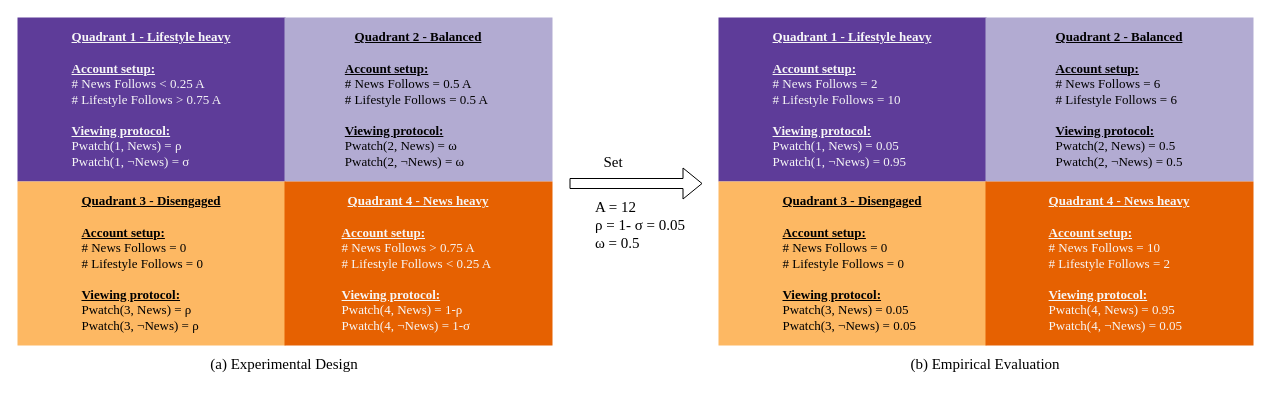
Earlier version of the draw.io diagram square_quads.drawio (changgge/changgge). Source tidied: cells renumbered, new cells numbered last; positions are measured from the earlier drawing's top-left corner, leaving out a move shared by most shapes. Both pictures are drawn from the tidied source at 100%, with x=0, y=0 at pixel (17, 17).
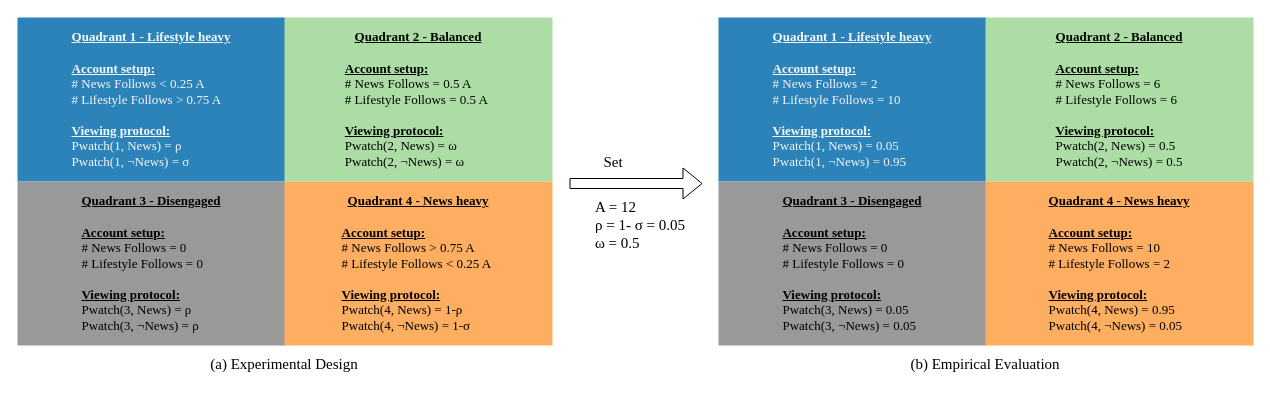
The same diagram, later.

Change to the diagram source:
```diff
@@
 <mxGraphModel>
   <root>
     <mxCell id="0" />
     <mxCell id="1" parent="0" />
-    <mxCell id="2" value="&lt;u&gt;&lt;b&gt;Quadrant 1 - Lifestyle heavy&lt;/b&gt;&lt;/u&gt;&lt;div&gt;&lt;u&gt;&lt;br&gt;&lt;/u&gt;&lt;/div&gt;&lt;div&gt;&lt;div style=&quot;text-align: left;&quot;&gt;&lt;u&gt;&lt;b&gt;Account setup:&lt;/b&gt;&lt;/u&gt;&lt;/div&gt;&lt;div style=&quot;text-align: left;&quot;&gt;# News Follows &amp;lt; 0.25 A&lt;/div&gt;&lt;div&gt;&lt;div style=&quot;text-align: left;&quot;&gt;# Lifestyle Follows &amp;gt; 0.75 A&lt;/div&gt;&lt;div style=&quot;text-align: left;&quot;&gt;&lt;br&gt;&lt;/div&gt;&lt;div style=&quot;text-align: left;&quot;&gt;&lt;u&gt;&lt;b&gt;Viewing protocol:&lt;/b&gt;&lt;/u&gt;&lt;/div&gt;&lt;div style=&quot;text-align: left;&quot;&gt;Pwatch(1, News) =&amp;nbsp;ρ&lt;br&gt;&lt;/div&gt;&lt;/div&gt;&lt;div style=&quot;text-align: left;&quot;&gt;Pwatch(1,&amp;nbsp;&lt;span&gt;¬&lt;/span&gt;News) =&amp;nbsp;&lt;span&gt;σ&lt;/span&gt;&lt;/div&gt;&lt;/div&gt;" style="rounded=0;whiteSpace=wrap;html=1;fillColor=#5E3C99;strokeColor=none;fontColor=#F7F7F7;fontFamily=Times New Roman;fontSize=13;" parent="1" vertex="1">
+    <mxCell id="2" value="&lt;u&gt;&lt;b&gt;Quadrant 1 - Lifestyle heavy&lt;/b&gt;&lt;/u&gt;&lt;div&gt;&lt;u&gt;&lt;br&gt;&lt;/u&gt;&lt;/div&gt;&lt;div&gt;&lt;div style=&quot;text-align: left;&quot;&gt;&lt;u&gt;&lt;b&gt;Account setup:&lt;/b&gt;&lt;/u&gt;&lt;/div&gt;&lt;div style=&quot;text-align: left;&quot;&gt;# News Follows &amp;lt; 0.25 A&lt;/div&gt;&lt;div&gt;&lt;div style=&quot;text-align: left;&quot;&gt;# Lifestyle Follows &amp;gt; 0.75 A&lt;/div&gt;&lt;div style=&quot;text-align: left;&quot;&gt;&lt;br&gt;&lt;/div&gt;&lt;div style=&quot;text-align: left;&quot;&gt;&lt;u&gt;&lt;b&gt;Viewing protocol:&lt;/b&gt;&lt;/u&gt;&lt;/div&gt;&lt;div style=&quot;text-align: left;&quot;&gt;Pwatch(1, News) =&amp;nbsp;ρ&lt;br&gt;&lt;/div&gt;&lt;/div&gt;&lt;div style=&quot;text-align: left;&quot;&gt;Pwatch(1,&amp;nbsp;&lt;span&gt;¬&lt;/span&gt;News) =&amp;nbsp;&lt;span&gt;σ&lt;/span&gt;&lt;/div&gt;&lt;/div&gt;" style="rounded=0;whiteSpace=wrap;html=1;fillColor=#2B83BA;strokeColor=none;fontColor=#F7F7F7;fontFamily=Times New Roman;fontSize=13;" parent="1" vertex="1">
       <mxGeometry width="268" height="164" as="geometry" />
     </mxCell>
-    <mxCell id="3" value="&lt;u style=&quot;caret-color: rgb(247, 247, 247);&quot;&gt;&lt;b&gt;Quadrant 2 - Balanced&lt;/b&gt;&lt;/u&gt;&lt;div style=&quot;caret-color: rgb(247, 247, 247);&quot;&gt;&lt;u&gt;&lt;br&gt;&lt;/u&gt;&lt;/div&gt;&lt;div style=&quot;caret-color: rgb(247, 247, 247);&quot;&gt;&lt;div style=&quot;text-align: left;&quot;&gt;&lt;u&gt;&lt;b&gt;Account setup:&lt;/b&gt;&lt;/u&gt;&lt;/div&gt;&lt;div style=&quot;text-align: left;&quot;&gt;&lt;span&gt;# News Follows = 0.5 A&lt;/span&gt;&lt;/div&gt;&lt;div&gt;&lt;div style=&quot;text-align: left;&quot;&gt;&lt;span&gt;# Lifestyle Follows = 0.5 A&amp;nbsp;&lt;/span&gt;&lt;/div&gt;&lt;div style=&quot;text-align: left;&quot;&gt;&lt;span&gt;&lt;br&gt;&lt;/span&gt;&lt;/div&gt;&lt;div style=&quot;text-align: left;&quot;&gt;&lt;u&gt;&lt;b&gt;Viewing protocol:&lt;/b&gt;&lt;/u&gt;&lt;/div&gt;&lt;div style=&quot;text-align: left;&quot;&gt;Pwatch(2, News) =&amp;nbsp;ω&lt;br&gt;&lt;/div&gt;&lt;/div&gt;&lt;div style=&quot;text-align: left;&quot;&gt;&lt;span&gt;Pwatch(2,&amp;nbsp;¬News) =&amp;nbsp;&lt;/span&gt;ω&lt;/div&gt;&lt;/div&gt;" style="rounded=0;whiteSpace=wrap;html=1;fillColor=#B2ABD2;strokeColor=none;fontColor=#000000;fontFamily=Times New Roman;fontSize=13;" parent="1" vertex="1">
+    <mxCell id="3" value="&lt;u style=&quot;caret-color: rgb(247, 247, 247);&quot;&gt;&lt;b&gt;Quadrant 2 - Balanced&lt;/b&gt;&lt;/u&gt;&lt;div style=&quot;caret-color: rgb(247, 247, 247);&quot;&gt;&lt;u&gt;&lt;br&gt;&lt;/u&gt;&lt;/div&gt;&lt;div style=&quot;caret-color: rgb(247, 247, 247);&quot;&gt;&lt;div style=&quot;text-align: left;&quot;&gt;&lt;u&gt;&lt;b&gt;Account setup:&lt;/b&gt;&lt;/u&gt;&lt;/div&gt;&lt;div style=&quot;text-align: left;&quot;&gt;&lt;span&gt;# News Follows = 0.5 A&lt;/span&gt;&lt;/div&gt;&lt;div&gt;&lt;div style=&quot;text-align: left;&quot;&gt;&lt;span&gt;# Lifestyle Follows = 0.5 A&amp;nbsp;&lt;/span&gt;&lt;/div&gt;&lt;div style=&quot;text-align: left;&quot;&gt;&lt;span&gt;&lt;br&gt;&lt;/span&gt;&lt;/div&gt;&lt;div style=&quot;text-align: left;&quot;&gt;&lt;u&gt;&lt;b&gt;Viewing protocol:&lt;/b&gt;&lt;/u&gt;&lt;/div&gt;&lt;div style=&quot;text-align: left;&quot;&gt;Pwatch(2, News) =&amp;nbsp;ω&lt;br&gt;&lt;/div&gt;&lt;/div&gt;&lt;div style=&quot;text-align: left;&quot;&gt;&lt;span&gt;Pwatch(2,&amp;nbsp;¬News) =&amp;nbsp;&lt;/span&gt;ω&lt;/div&gt;&lt;/div&gt;" style="rounded=0;whiteSpace=wrap;html=1;fillColor=#ABDDA4;strokeColor=none;fontColor=#000000;fontFamily=Times New Roman;fontSize=13;" parent="1" vertex="1">
       <mxGeometry x="267" width="268" height="164" as="geometry" />
     </mxCell>
-    <mxCell id="4" value="&lt;u style=&quot;caret-color: rgb(247, 247, 247);&quot;&gt;&lt;b&gt;Quadrant 3 - Disengaged&lt;/b&gt;&lt;/u&gt;&lt;div style=&quot;caret-color: rgb(247, 247, 247);&quot;&gt;&lt;u&gt;&lt;br&gt;&lt;/u&gt;&lt;/div&gt;&lt;div style=&quot;caret-color: rgb(247, 247, 247);&quot;&gt;&lt;div style=&quot;text-align: left;&quot;&gt;&lt;u&gt;&lt;b&gt;Account setup:&lt;/b&gt;&lt;/u&gt;&lt;/div&gt;&lt;div style=&quot;text-align: left;&quot;&gt;# News Follows = 0&lt;/div&gt;&lt;div&gt;&lt;div style=&quot;text-align: left;&quot;&gt;# Lifestyle Follows = 0&lt;/div&gt;&lt;div style=&quot;text-align: left;&quot;&gt;&lt;br&gt;&lt;/div&gt;&lt;div style=&quot;text-align: left;&quot;&gt;&lt;u&gt;&lt;b&gt;Viewing protocol:&lt;/b&gt;&lt;/u&gt;&lt;/div&gt;&lt;div style=&quot;text-align: left;&quot;&gt;Pwatch(3, News) =&amp;nbsp;ρ&lt;br&gt;&lt;/div&gt;&lt;/div&gt;&lt;div style=&quot;text-align: left;&quot;&gt;Pwatch(3,&amp;nbsp;¬News) = ρ&lt;/div&gt;&lt;/div&gt;" style="rounded=0;whiteSpace=wrap;html=1;fillColor=#FDB863;strokeColor=none;fontColor=#000000;fontFamily=Times New Roman;fontSize=13;" parent="1" vertex="1">
+    <mxCell id="4" value="&lt;u style=&quot;caret-color: rgb(247, 247, 247);&quot;&gt;&lt;b&gt;Quadrant 3 - Disengaged&lt;/b&gt;&lt;/u&gt;&lt;div style=&quot;caret-color: rgb(247, 247, 247);&quot;&gt;&lt;u&gt;&lt;br&gt;&lt;/u&gt;&lt;/div&gt;&lt;div style=&quot;caret-color: rgb(247, 247, 247);&quot;&gt;&lt;div style=&quot;text-align: left;&quot;&gt;&lt;u&gt;&lt;b&gt;Account setup:&lt;/b&gt;&lt;/u&gt;&lt;/div&gt;&lt;div style=&quot;text-align: left;&quot;&gt;# News Follows = 0&lt;/div&gt;&lt;div&gt;&lt;div style=&quot;text-align: left;&quot;&gt;# Lifestyle Follows = 0&lt;/div&gt;&lt;div style=&quot;text-align: left;&quot;&gt;&lt;br&gt;&lt;/div&gt;&lt;div style=&quot;text-align: left;&quot;&gt;&lt;u&gt;&lt;b&gt;Viewing protocol:&lt;/b&gt;&lt;/u&gt;&lt;/div&gt;&lt;div style=&quot;text-align: left;&quot;&gt;Pwatch(3, News) =&amp;nbsp;ρ&lt;br&gt;&lt;/div&gt;&lt;/div&gt;&lt;div style=&quot;text-align: left;&quot;&gt;Pwatch(3,&amp;nbsp;¬News) = ρ&lt;/div&gt;&lt;/div&gt;" style="rounded=0;whiteSpace=wrap;html=1;fillColor=#999999;strokeColor=none;fontColor=#000000;fontFamily=Times New Roman;fontSize=13;" parent="1" vertex="1">
       <mxGeometry y="164" width="268" height="164" as="geometry" />
     </mxCell>
-    <mxCell id="5" value="&lt;u&gt;&lt;b&gt;Quadrant 4 - News heavy&lt;/b&gt;&lt;/u&gt;&lt;div&gt;&lt;u&gt;&lt;br&gt;&lt;/u&gt;&lt;/div&gt;&lt;div&gt;&lt;div style=&quot;text-align: left;&quot;&gt;&lt;u&gt;&lt;b&gt;Account setup:&lt;/b&gt;&lt;/u&gt;&lt;/div&gt;&lt;div style=&quot;text-align: left;&quot;&gt;# News Follows &amp;gt; 0.75 A&lt;/div&gt;&lt;div&gt;&lt;div style=&quot;text-align: left;&quot;&gt;# Lifestyle Follows &amp;lt; 0.25 A&amp;nbsp;&lt;/div&gt;&lt;div style=&quot;text-align: left;&quot;&gt;&lt;br&gt;&lt;/div&gt;&lt;div style=&quot;text-align: left;&quot;&gt;&lt;u&gt;&lt;b&gt;Viewing protocol:&lt;/b&gt;&lt;/u&gt;&lt;/div&gt;&lt;div style=&quot;text-align: left;&quot;&gt;Pwatch(4, News) = 1-ρ&lt;br&gt;&lt;/div&gt;&lt;/div&gt;&lt;div style=&quot;text-align: left;&quot;&gt;Pwatch(4,&amp;nbsp;¬News) = 1-σ&lt;/div&gt;&lt;/div&gt;" style="rounded=0;whiteSpace=wrap;html=1;fillColor=#E66101;strokeColor=none;fontColor=#F7F7F7;fontFamily=Times New Roman;fontSize=13;" parent="1" vertex="1">
+    <mxCell id="5" value="&lt;u&gt;&lt;b&gt;Quadrant 4 - News heavy&lt;/b&gt;&lt;/u&gt;&lt;div&gt;&lt;u&gt;&lt;br&gt;&lt;/u&gt;&lt;/div&gt;&lt;div&gt;&lt;div style=&quot;text-align: left;&quot;&gt;&lt;u&gt;&lt;b&gt;Account setup:&lt;/b&gt;&lt;/u&gt;&lt;/div&gt;&lt;div style=&quot;text-align: left;&quot;&gt;# News Follows &amp;gt; 0.75 A&lt;/div&gt;&lt;div&gt;&lt;div style=&quot;text-align: left;&quot;&gt;# Lifestyle Follows &amp;lt; 0.25 A&amp;nbsp;&lt;/div&gt;&lt;div style=&quot;text-align: left;&quot;&gt;&lt;br&gt;&lt;/div&gt;&lt;div style=&quot;text-align: left;&quot;&gt;&lt;u&gt;&lt;b&gt;Viewing protocol:&lt;/b&gt;&lt;/u&gt;&lt;/div&gt;&lt;div style=&quot;text-align: left;&quot;&gt;Pwatch(4, News) = 1-ρ&lt;br&gt;&lt;/div&gt;&lt;/div&gt;&lt;div style=&quot;text-align: left;&quot;&gt;Pwatch(4,&amp;nbsp;¬News) = 1-σ&lt;/div&gt;&lt;/div&gt;" style="rounded=0;whiteSpace=wrap;html=1;fillColor=#FDAE61;strokeColor=none;fontColor=#000000;fontFamily=Times New Roman;fontSize=13;" parent="1" vertex="1">
       <mxGeometry x="267" y="164" width="268" height="164" as="geometry" />
     </mxCell>
     <mxCell id="6" value="(a) Experimental Design" style="text;html=1;align=center;verticalAlign=middle;whiteSpace=wrap;rounded=0;fontFamily=Times New Roman;fontSize=15;" parent="1" vertex="1">
       <mxGeometry x="172" y="331" width="190" height="30" as="geometry" />
     </mxCell>
-    <mxCell id="7" value="&lt;u&gt;&lt;b&gt;Quadrant 1 - Lifestyle heavy&lt;/b&gt;&lt;/u&gt;&lt;div&gt;&lt;u&gt;&lt;br&gt;&lt;/u&gt;&lt;/div&gt;&lt;div&gt;&lt;div style=&quot;text-align: left;&quot;&gt;&lt;u&gt;&lt;b&gt;Account setup:&lt;/b&gt;&lt;/u&gt;&lt;/div&gt;&lt;div style=&quot;text-align: left;&quot;&gt;# News Follows = 2&lt;/div&gt;&lt;div&gt;&lt;div style=&quot;text-align: left;&quot;&gt;# Lifestyle Follows = 10&lt;/div&gt;&lt;div style=&quot;text-align: left;&quot;&gt;&lt;br&gt;&lt;/div&gt;&lt;div style=&quot;text-align: left;&quot;&gt;&lt;u&gt;&lt;b&gt;Viewing protocol:&lt;/b&gt;&lt;/u&gt;&lt;/div&gt;&lt;div style=&quot;text-align: left;&quot;&gt;Pwatch(1, News) = 0.05&lt;br&gt;&lt;/div&gt;&lt;/div&gt;&lt;div style=&quot;text-align: left;&quot;&gt;Pwatch(1,&amp;nbsp;&lt;span&gt;¬&lt;/span&gt;News) = 0.95&lt;/div&gt;&lt;/div&gt;" style="rounded=0;whiteSpace=wrap;html=1;fillColor=#5E3C99;strokeColor=none;fontColor=#F7F7F7;fontFamily=Times New Roman;fontSize=13;" parent="1" vertex="1">
+    <mxCell id="7" value="&lt;u&gt;&lt;b&gt;Quadrant 1 - Lifestyle heavy&lt;/b&gt;&lt;/u&gt;&lt;div&gt;&lt;u&gt;&lt;br&gt;&lt;/u&gt;&lt;/div&gt;&lt;div&gt;&lt;div style=&quot;text-align: left;&quot;&gt;&lt;u&gt;&lt;b&gt;Account setup:&lt;/b&gt;&lt;/u&gt;&lt;/div&gt;&lt;div style=&quot;text-align: left;&quot;&gt;# News Follows = 2&lt;/div&gt;&lt;div&gt;&lt;div style=&quot;text-align: left;&quot;&gt;# Lifestyle Follows = 10&lt;/div&gt;&lt;div style=&quot;text-align: left;&quot;&gt;&lt;br&gt;&lt;/div&gt;&lt;div style=&quot;text-align: left;&quot;&gt;&lt;u&gt;&lt;b&gt;Viewing protocol:&lt;/b&gt;&lt;/u&gt;&lt;/div&gt;&lt;div style=&quot;text-align: left;&quot;&gt;Pwatch(1, News) = 0.05&lt;br&gt;&lt;/div&gt;&lt;/div&gt;&lt;div style=&quot;text-align: left;&quot;&gt;Pwatch(1,&amp;nbsp;&lt;span&gt;¬&lt;/span&gt;News) = 0.95&lt;/div&gt;&lt;/div&gt;" style="rounded=0;whiteSpace=wrap;html=1;fillColor=#2B83BA;strokeColor=none;fontColor=#F7F7F7;fontFamily=Times New Roman;fontSize=13;" parent="1" vertex="1">
       <mxGeometry x="701" width="268" height="164" as="geometry" />
     </mxCell>
-    <mxCell id="8" value="&lt;u style=&quot;caret-color: rgb(247, 247, 247);&quot;&gt;&lt;b&gt;Quadrant 2 - Balanced&lt;/b&gt;&lt;/u&gt;&lt;div style=&quot;caret-color: rgb(247, 247, 247);&quot;&gt;&lt;u&gt;&lt;br&gt;&lt;/u&gt;&lt;/div&gt;&lt;div style=&quot;caret-color: rgb(247, 247, 247);&quot;&gt;&lt;div style=&quot;text-align: left;&quot;&gt;&lt;u&gt;&lt;b&gt;Account setup:&lt;/b&gt;&lt;/u&gt;&lt;/div&gt;&lt;div style=&quot;text-align: left;&quot;&gt;&lt;span&gt;# News Follows = 6&lt;/span&gt;&lt;/div&gt;&lt;div&gt;&lt;div style=&quot;text-align: left;&quot;&gt;&lt;span&gt;# Lifestyle Follows = 6&amp;nbsp;&lt;/span&gt;&lt;/div&gt;&lt;div style=&quot;text-align: left;&quot;&gt;&lt;span&gt;&lt;br&gt;&lt;/span&gt;&lt;/div&gt;&lt;div style=&quot;text-align: left;&quot;&gt;&lt;u&gt;&lt;b&gt;Viewing protocol:&lt;/b&gt;&lt;/u&gt;&lt;/div&gt;&lt;div style=&quot;text-align: left;&quot;&gt;Pwatch(2, News) =&amp;nbsp;0.5&lt;br&gt;&lt;/div&gt;&lt;/div&gt;&lt;div style=&quot;text-align: left;&quot;&gt;&lt;span&gt;Pwatch(2,&amp;nbsp;¬News) = 0.5&lt;/span&gt;&lt;/div&gt;&lt;/div&gt;" style="rounded=0;whiteSpace=wrap;html=1;fillColor=#B2ABD2;strokeColor=none;fontColor=#000000;fontFamily=Times New Roman;fontSize=13;" parent="1" vertex="1">
+    <mxCell id="8" value="&lt;u style=&quot;caret-color: rgb(247, 247, 247);&quot;&gt;&lt;b&gt;Quadrant 2 - Balanced&lt;/b&gt;&lt;/u&gt;&lt;div style=&quot;caret-color: rgb(247, 247, 247);&quot;&gt;&lt;u&gt;&lt;br&gt;&lt;/u&gt;&lt;/div&gt;&lt;div style=&quot;caret-color: rgb(247, 247, 247);&quot;&gt;&lt;div style=&quot;text-align: left;&quot;&gt;&lt;u&gt;&lt;b&gt;Account setup:&lt;/b&gt;&lt;/u&gt;&lt;/div&gt;&lt;div style=&quot;text-align: left;&quot;&gt;&lt;span&gt;# News Follows = 6&lt;/span&gt;&lt;/div&gt;&lt;div&gt;&lt;div style=&quot;text-align: left;&quot;&gt;&lt;span&gt;# Lifestyle Follows = 6&amp;nbsp;&lt;/span&gt;&lt;/div&gt;&lt;div style=&quot;text-align: left;&quot;&gt;&lt;span&gt;&lt;br&gt;&lt;/span&gt;&lt;/div&gt;&lt;div style=&quot;text-align: left;&quot;&gt;&lt;u&gt;&lt;b&gt;Viewing protocol:&lt;/b&gt;&lt;/u&gt;&lt;/div&gt;&lt;div style=&quot;text-align: left;&quot;&gt;Pwatch(2, News) =&amp;nbsp;0.5&lt;br&gt;&lt;/div&gt;&lt;/div&gt;&lt;div style=&quot;text-align: left;&quot;&gt;&lt;span&gt;Pwatch(2,&amp;nbsp;¬News) = 0.5&lt;/span&gt;&lt;/div&gt;&lt;/div&gt;" style="rounded=0;whiteSpace=wrap;html=1;fillColor=#ABDDA4;strokeColor=none;fontColor=#000000;fontFamily=Times New Roman;fontSize=13;" parent="1" vertex="1">
       <mxGeometry x="968" width="268" height="164" as="geometry" />
     </mxCell>
-    <mxCell id="9" value="&lt;u style=&quot;caret-color: rgb(247, 247, 247);&quot;&gt;&lt;b&gt;Quadrant 3 - Disengaged&lt;/b&gt;&lt;/u&gt;&lt;div style=&quot;caret-color: rgb(247, 247, 247);&quot;&gt;&lt;u&gt;&lt;br&gt;&lt;/u&gt;&lt;/div&gt;&lt;div style=&quot;caret-color: rgb(247, 247, 247);&quot;&gt;&lt;div style=&quot;text-align: left;&quot;&gt;&lt;u&gt;&lt;b&gt;Account setup:&lt;/b&gt;&lt;/u&gt;&lt;/div&gt;&lt;div style=&quot;text-align: left;&quot;&gt;# News Follows = 0&lt;/div&gt;&lt;div&gt;&lt;div style=&quot;text-align: left;&quot;&gt;# Lifestyle Follows = 0&lt;/div&gt;&lt;div style=&quot;text-align: left;&quot;&gt;&lt;br&gt;&lt;/div&gt;&lt;div style=&quot;text-align: left;&quot;&gt;&lt;u&gt;&lt;b&gt;Viewing protocol:&lt;/b&gt;&lt;/u&gt;&lt;/div&gt;&lt;div style=&quot;text-align: left;&quot;&gt;Pwatch(3, News) = 0.05&lt;br&gt;&lt;/div&gt;&lt;/div&gt;&lt;div style=&quot;text-align: left;&quot;&gt;Pwatch(3,&amp;nbsp;¬News) = 0.05&lt;/div&gt;&lt;/div&gt;" style="rounded=0;whiteSpace=wrap;html=1;fillColor=#FDB863;strokeColor=none;fontColor=#000000;fontFamily=Times New Roman;fontSize=13;" parent="1" vertex="1">
+    <mxCell id="9" value="&lt;u style=&quot;caret-color: rgb(247, 247, 247);&quot;&gt;&lt;b&gt;Quadrant 3 - Disengaged&lt;/b&gt;&lt;/u&gt;&lt;div style=&quot;caret-color: rgb(247, 247, 247);&quot;&gt;&lt;u&gt;&lt;br&gt;&lt;/u&gt;&lt;/div&gt;&lt;div style=&quot;caret-color: rgb(247, 247, 247);&quot;&gt;&lt;div style=&quot;text-align: left;&quot;&gt;&lt;u&gt;&lt;b&gt;Account setup:&lt;/b&gt;&lt;/u&gt;&lt;/div&gt;&lt;div style=&quot;text-align: left;&quot;&gt;# News Follows = 0&lt;/div&gt;&lt;div&gt;&lt;div style=&quot;text-align: left;&quot;&gt;# Lifestyle Follows = 0&lt;/div&gt;&lt;div style=&quot;text-align: left;&quot;&gt;&lt;br&gt;&lt;/div&gt;&lt;div style=&quot;text-align: left;&quot;&gt;&lt;u&gt;&lt;b&gt;Viewing protocol:&lt;/b&gt;&lt;/u&gt;&lt;/div&gt;&lt;div style=&quot;text-align: left;&quot;&gt;Pwatch(3, News) = 0.05&lt;br&gt;&lt;/div&gt;&lt;/div&gt;&lt;div style=&quot;text-align: left;&quot;&gt;Pwatch(3,&amp;nbsp;¬News) = 0.05&lt;/div&gt;&lt;/div&gt;" style="rounded=0;whiteSpace=wrap;html=1;fillColor=#999999;strokeColor=none;fontColor=#000000;fontFamily=Times New Roman;fontSize=13;" parent="1" vertex="1">
       <mxGeometry x="701" y="164" width="268" height="164" as="geometry" />
     </mxCell>
-    <mxCell id="10" value="&lt;u&gt;&lt;b&gt;Quadrant 4 - News heavy&lt;/b&gt;&lt;/u&gt;&lt;div&gt;&lt;u&gt;&lt;br&gt;&lt;/u&gt;&lt;/div&gt;&lt;div&gt;&lt;div style=&quot;text-align: left;&quot;&gt;&lt;u&gt;&lt;b&gt;Account setup:&lt;/b&gt;&lt;/u&gt;&lt;/div&gt;&lt;div style=&quot;text-align: left;&quot;&gt;# News Follows = 10&lt;/div&gt;&lt;div&gt;&lt;div style=&quot;text-align: left;&quot;&gt;# Lifestyle Follows = 2&lt;/div&gt;&lt;div style=&quot;text-align: left;&quot;&gt;&lt;br&gt;&lt;/div&gt;&lt;div style=&quot;text-align: left;&quot;&gt;&lt;u&gt;&lt;b&gt;Viewing protocol:&lt;/b&gt;&lt;/u&gt;&lt;/div&gt;&lt;div style=&quot;text-align: left;&quot;&gt;Pwatch(4, News) = 0.95&lt;br&gt;&lt;/div&gt;&lt;/div&gt;&lt;div style=&quot;text-align: left;&quot;&gt;Pwatch(4,&amp;nbsp;¬News) = 0.05&lt;/div&gt;&lt;/div&gt;" style="rounded=0;whiteSpace=wrap;html=1;fillColor=#E66101;strokeColor=none;fontColor=#F7F7F7;fontFamily=Times New Roman;fontSize=13;" parent="1" vertex="1">
+    <mxCell id="10" value="&lt;u&gt;&lt;b&gt;Quadrant 4 - News heavy&lt;/b&gt;&lt;/u&gt;&lt;div&gt;&lt;u&gt;&lt;br&gt;&lt;/u&gt;&lt;/div&gt;&lt;div&gt;&lt;div style=&quot;text-align: left;&quot;&gt;&lt;u&gt;&lt;b&gt;Account setup:&lt;/b&gt;&lt;/u&gt;&lt;/div&gt;&lt;div style=&quot;text-align: left;&quot;&gt;# News Follows = 10&lt;/div&gt;&lt;div&gt;&lt;div style=&quot;text-align: left;&quot;&gt;# Lifestyle Follows = 2&lt;/div&gt;&lt;div style=&quot;text-align: left;&quot;&gt;&lt;br&gt;&lt;/div&gt;&lt;div style=&quot;text-align: left;&quot;&gt;&lt;u&gt;&lt;b&gt;Viewing protocol:&lt;/b&gt;&lt;/u&gt;&lt;/div&gt;&lt;div style=&quot;text-align: left;&quot;&gt;Pwatch(4, News) = 0.95&lt;br&gt;&lt;/div&gt;&lt;/div&gt;&lt;div style=&quot;text-align: left;&quot;&gt;Pwatch(4,&amp;nbsp;¬News) = 0.05&lt;/div&gt;&lt;/div&gt;" style="rounded=0;whiteSpace=wrap;html=1;fillColor=#FDAE61;strokeColor=none;fontColor=#000000;fontFamily=Times New Roman;fontSize=13;" parent="1" vertex="1">
       <mxGeometry x="968" y="164" width="268" height="164" as="geometry" />
     </mxCell>
     <mxCell id="11" value="(b) Empirical Evaluation" style="text;html=1;align=center;verticalAlign=middle;whiteSpace=wrap;rounded=0;fontFamily=Times New Roman;fontSize=15;" parent="1" vertex="1">
       <mxGeometry x="873" y="331" width="190" height="30" as="geometry" />
     </mxCell>
     <mxCell id="12" style="shape=flexArrow;endArrow=classic;html=1;rounded=0;" parent="1" edge="1">
       <mxGeometry relative="1" as="geometry">
         <mxPoint x="552" y="166" as="sourcePoint" />
         <mxPoint x="685" y="166" as="targetPoint" />
       </mxGeometry>
     </mxCell>
     <mxCell id="13" value="Set" style="text;html=1;align=center;verticalAlign=middle;whiteSpace=wrap;rounded=0;fontSize=15;fontFamily=Times New Roman;" parent="1" vertex="1">
       <mxGeometry x="566" y="129" width="60" height="30" as="geometry" />
     </mxCell>
     <mxCell id="14" value="&lt;span&gt;A = 12&amp;nbsp;&lt;/span&gt;&lt;div&gt;&lt;span&gt;&lt;span style=&quot;caret-color: rgb(247, 247, 247);&quot;&gt;ρ = 1-&amp;nbsp;&lt;/span&gt;&lt;span style=&quot;caret-color: rgb(247, 247, 247);&quot;&gt;σ = 0.05&lt;/span&gt;&lt;/span&gt;&lt;/div&gt;&lt;div&gt;&lt;span&gt;&lt;span style=&quot;caret-color: rgb(247, 247, 247);&quot;&gt;ω = 0.5&lt;/span&gt;&lt;/span&gt;&lt;br&gt;&lt;/div&gt;" style="text;html=1;align=left;verticalAlign=middle;whiteSpace=wrap;rounded=0;fontColor=default;fontSize=15;fontFamily=Times New Roman;" parent="1" vertex="1">
       <mxGeometry x="576" y="192" width="125" height="30" as="geometry" />
     </mxCell>
   </root>
 </mxGraphModel>
```
